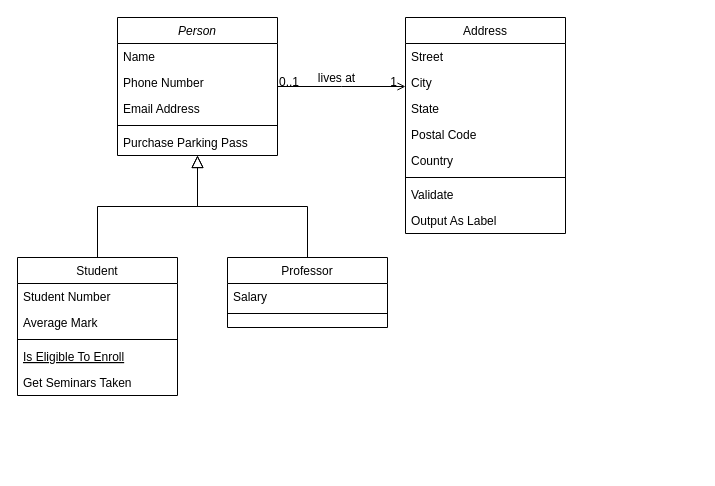
This is images xml/Model View Controller.drawio from NetworkingB2A/NetDevOps, a draw.io file, before an edit. Source tidied: cells renumbered, new cells numbered last; positions are measured from the earlier drawing's top-left corner, leaving out a move shared by most shapes. Both pictures are drawn from the tidied source at 100%, with x=0, y=0 at pixel (17, 17).
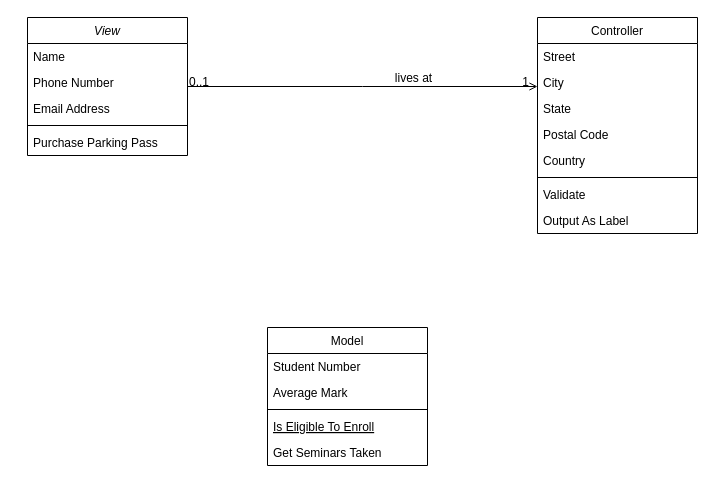
The same diagram, later.

What changed in the source:
```diff
@@
-    <mxCell id="2" value="Person" style="swimlane;fontStyle=2;align=center;verticalAlign=top;horizontal=1;startSize=26;rounded=0;shadow=0;strokeWidth=1;" parent="1" vertex="1">
-      <mxGeometry x="100" width="160" height="138" as="geometry" />
+    <mxCell id="2" value="View" style="swimlane;fontStyle=2;align=center;verticalAlign=top;horizontal=1;startSize=26;rounded=0;shadow=0;strokeWidth=1;" parent="1" vertex="1">
+      <mxGeometry x="10" width="160" height="138" as="geometry" />
     </mxCell>
@@
-    <mxCell id="8" value="Student" style="swimlane;fontStyle=0;align=center;verticalAlign=top;horizontal=1;startSize=26;rounded=0;shadow=0;strokeWidth=1;" parent="1" vertex="1">
-      <mxGeometry y="240" width="160" height="138" as="geometry" />
+    <mxCell id="8" value="Model" style="swimlane;fontStyle=0;align=center;verticalAlign=top;horizontal=1;startSize=26;rounded=0;shadow=0;strokeWidth=1;" parent="1" vertex="1">
+      <mxGeometry x="250" y="310" width="160" height="138" as="geometry" />
     </mxCell>
@@
-    <mxCell id="14" style="endArrow=block;endSize=10;endFill=0;shadow=0;strokeWidth=1;rounded=0;edgeStyle=elbowEdgeStyle;elbow=vertical;" parent="1" edge="1" source="8" target="2">
-      <mxGeometry relative="1" as="geometry" />
-    </mxCell>
-    <mxCell id="15" value="Professor" style="swimlane;fontStyle=0;align=center;verticalAlign=top;horizontal=1;startSize=26;rounded=0;shadow=0;strokeWidth=1;" parent="1" vertex="1">
-      <mxGeometry x="210" y="240" width="160" height="70" as="geometry" />
-    </mxCell>
-    <mxCell id="16" value="Salary" style="text;align=left;verticalAlign=top;spacingLeft=4;spacingRight=4;overflow=hidden;" parent="15" vertex="1">
-      <mxGeometry y="26" width="160" height="26" as="geometry" />
-    </mxCell>
-    <mxCell id="17" style="line;html=1;strokeWidth=1;align=left;verticalAlign=middle;spacingTop=-1;spacingLeft=3;spacingRight=3;labelPosition=right;" parent="15" vertex="1">
-      <mxGeometry y="52" width="160" height="8" as="geometry" />
-    </mxCell>
-    <mxCell id="18" style="endArrow=block;endSize=10;endFill=0;shadow=0;strokeWidth=1;rounded=0;edgeStyle=elbowEdgeStyle;elbow=vertical;" parent="1" edge="1" source="15" target="2">
-      <mxGeometry relative="1" as="geometry" />
-    </mxCell>
-    <mxCell id="19" value="Address" style="swimlane;fontStyle=0;align=center;verticalAlign=top;horizontal=1;startSize=26;rounded=0;shadow=0;strokeWidth=1;" parent="1" vertex="1">
-      <mxGeometry x="388" width="160" height="216" as="geometry" />
+    <mxCell id="19" value="Controller" style="swimlane;fontStyle=0;align=center;verticalAlign=top;horizontal=1;startSize=26;rounded=0;shadow=0;strokeWidth=1;" parent="1" vertex="1">
+      <mxGeometry x="520" width="160" height="216" as="geometry" />
     </mxCell>
```
